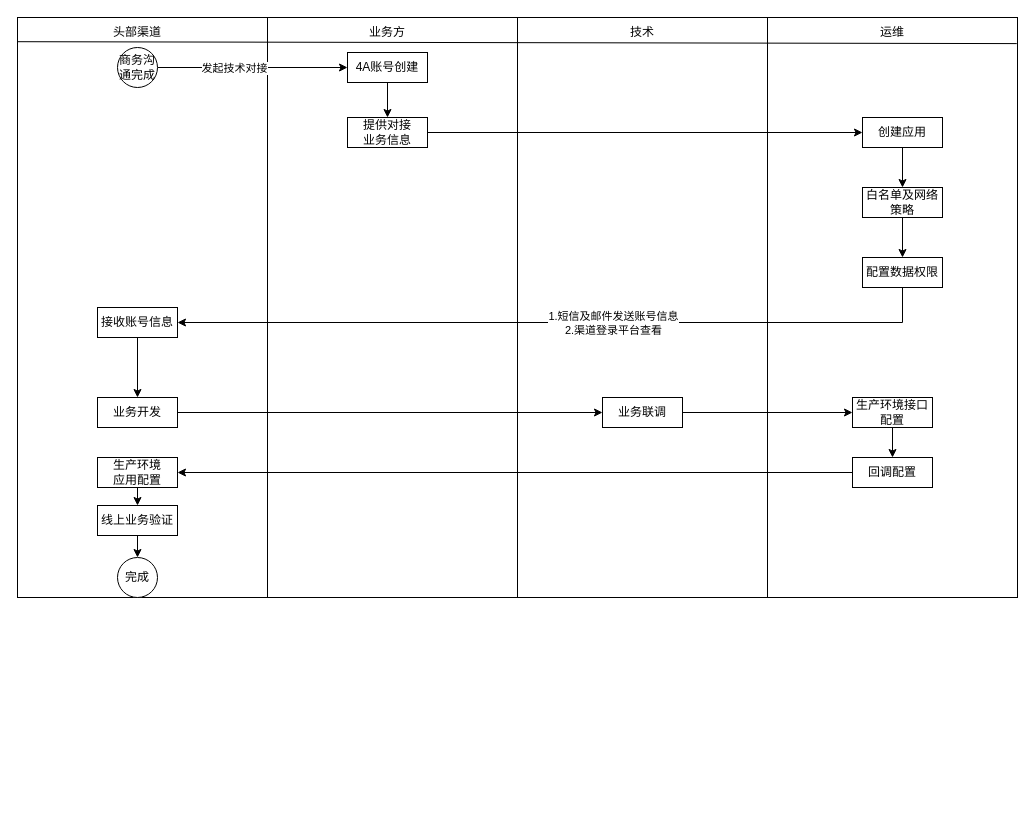
The draw.io diagram page "头部渠道对接" (2 of 2) of 互联网合作支撑平台.drawio in hujun8610/doc, before the edit. Source tidied: cells renumbered, new cells numbered last; positions are measured from the earlier drawing's top-left corner, leaving out a move shared by most shapes. Both pictures are drawn from the tidied source at 100%, with x=0, y=0 at pixel (17, 17).
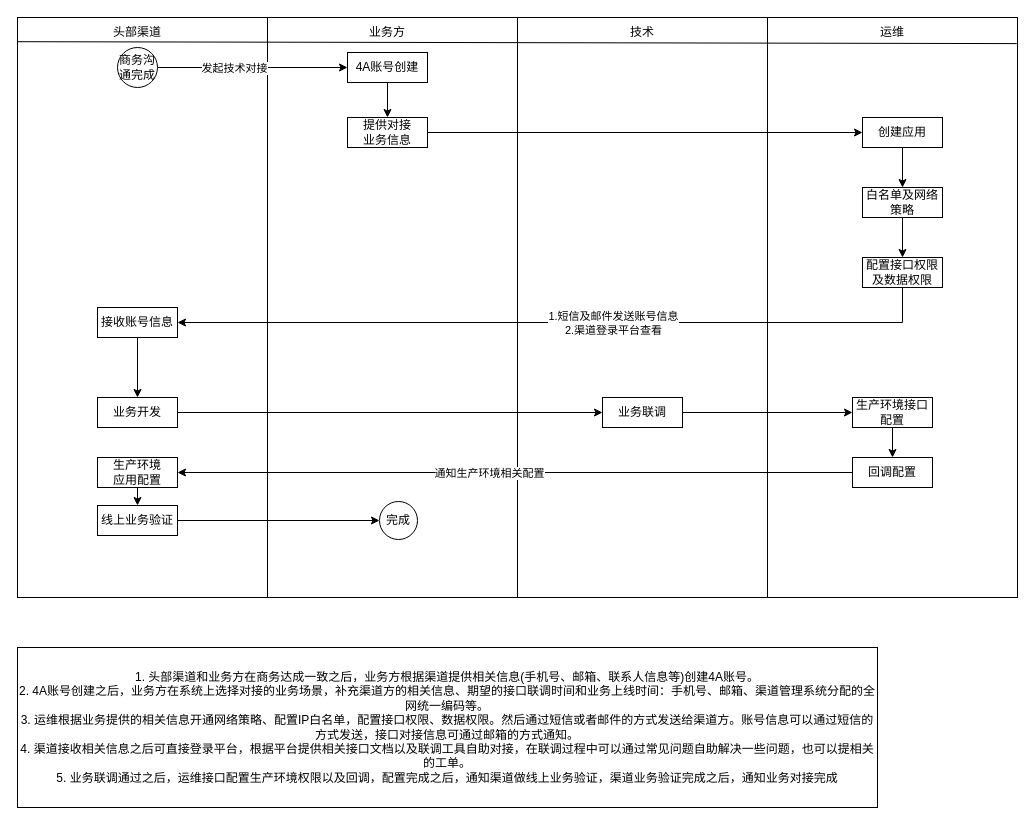
The same diagram, later.

Commit message:
更新互联网合作支撑平台.drawio

The change refers to these unchanged cells:
```xml
<mxCell id="32" value="线上业务验证" style="rounded=0;whiteSpace=wrap;html=1;" parent="1" vertex="1">
  <mxGeometry x="80" y="488" width="80" height="30" as="geometry" />
</mxCell>
<mxCell id="35" style="edgeStyle=orthogonalEdgeStyle;rounded=0;jettySize=auto;html=1;exitX=0;exitY=0.5;exitDx=0;exitDy=0;entryX=1;entryY=0.5;entryDx=0;entryDy=0;" parent="1" edge="1" source="36" target="39">
  <mxGeometry relative="1" as="geometry" />
</mxCell>
```

The edit, as a diff of the source:
```diff
@@
-    <mxCell id="28" value="配置数据权限" style="rounded=0;whiteSpace=wrap;html=1;" parent="1" vertex="1">
+    <mxCell id="28" value="配置接口权限&lt;br&gt;及数据权限" style="rounded=0;whiteSpace=wrap;html=1;" parent="1" vertex="1">
       <mxGeometry x="845" y="240" width="80" height="30" as="geometry" />
     </mxCell>
@@
-    <mxCell id="31" style="edgeStyle=orthogonalEdgeStyle;rounded=0;jettySize=auto;html=1;exitX=0.5;exitY=1;exitDx=0;exitDy=0;entryX=0.5;entryY=0;entryDx=0;entryDy=0;" parent="1" edge="1" source="32" target="37">
+    <mxCell id="31" style="edgeStyle=orthogonalEdgeStyle;rounded=0;jettySize=auto;html=1;entryX=0;entryY=0.5;entryDx=0;entryDy=0;" parent="1" edge="1" source="32" target="37">
       <mxGeometry relative="1" as="geometry" />
     </mxCell>
@@
+    <mxCell id="40" value="通知生产环境相关配置" style="edgeLabel;html=1;align=center;verticalAlign=middle;" parent="35" vertex="1">
+      <mxGeometry x="0.07" y="3" relative="1" as="geometry">
+        <mxPoint x="-3" y="-3" as="offset" />
+      </mxGeometry>
+    </mxCell>
@@
     <mxCell id="37" value="完成" style="ellipse;whiteSpace=wrap;html=1;" parent="1" vertex="1">
-      <mxGeometry x="100" y="540" width="40" height="40" as="geometry" />
+      <mxGeometry x="362" y="484" width="38" height="38" as="geometry" />
     </mxCell>
@@
+    <mxCell id="41" value="1. 头部渠道和业务方在商务达成一致之后，业务方根据渠道提供相关信息(手机号、邮箱、联系人信息等)创建4A账号。&lt;br&gt;2. 4A账号创建之后，业务方在系统上选择对接的业务场景，补充渠道方的相关信息、期望的接口联调时间和业务上线时间：手机号、邮箱、渠道管理系统分配的全网统一编码等。&lt;br&gt;3. 运维根据业务提供的相关信息开通网络策略、配置IP白名单，配置接口权限、数据权限。然后通过短信或者邮件的方式发送给渠道方。账号信息可以通过短信的方式发送，接口对接信息可通过邮箱的方式通知。&lt;br&gt;4. 渠道接收相关信息之后可直接登录平台，根据平台提供相关接口文档以及联调工具自助对接，在联调过程中可以通过常见问题自助解决一些问题，也可以提相关的工单。&lt;br&gt;5. 业务联调通过之后，运维接口配置生产环境权限以及回调，配置完成之后，通知渠道做线上业务验证，渠道业务验证完成之后，通知业务对接完成" style="rounded=0;whiteSpace=wrap;html=1;" parent="1" vertex="1">
+      <mxGeometry y="630" width="860" height="160" as="geometry" />
+    </mxCell>
```
